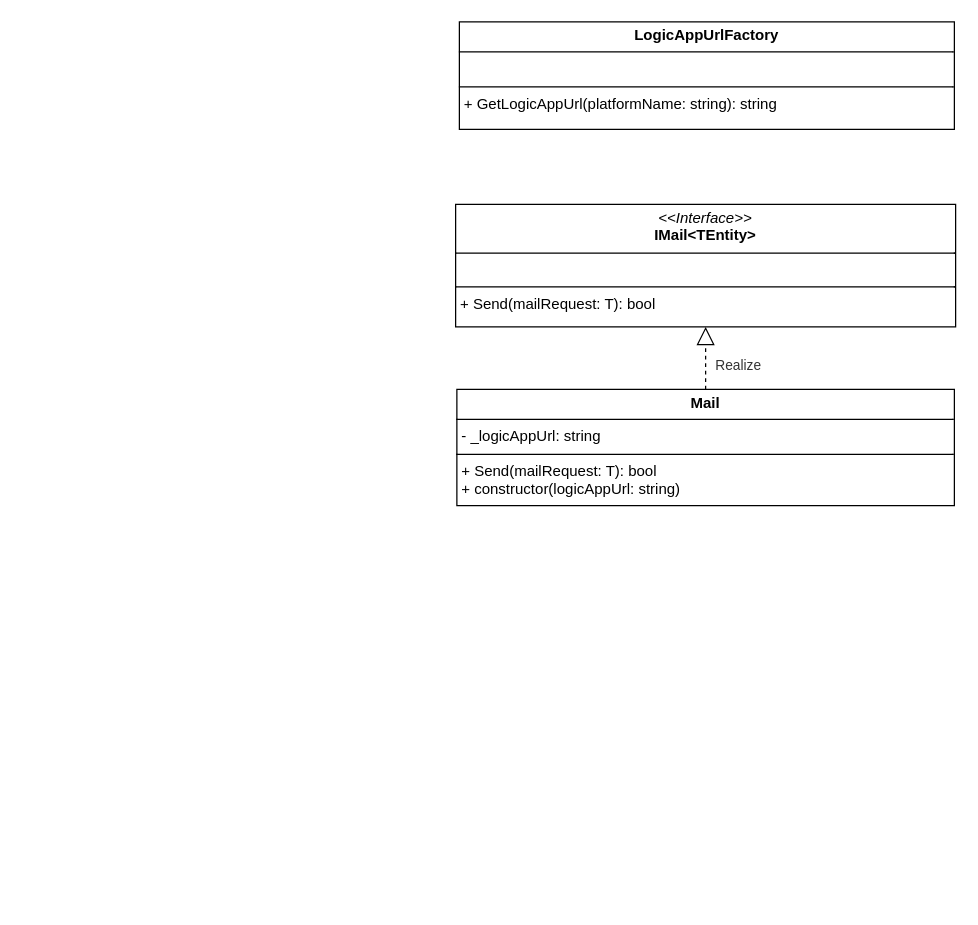
hy986/Repo_0110 keeps this draw.io diagram as page "Page-13" (13 of 14) of 2.drawio. Above is the earlier version. Source tidied: cells renumbered, new cells numbered last; positions are measured from the earlier drawing's top-left corner, leaving out a move shared by most shapes. Both pictures are drawn from the tidied source at 125%, with x=0, y=0 at pixel (455, 21).
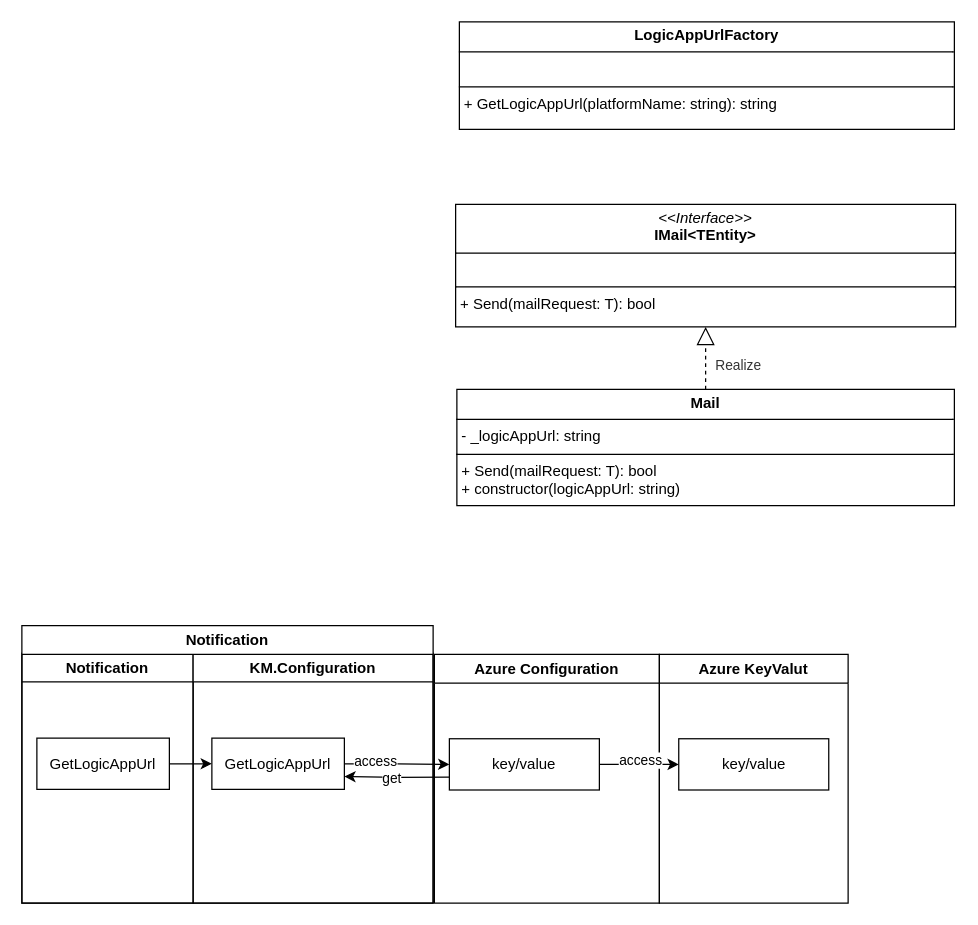
The same diagram, later.

The edit, as a diff of the source:
```diff
@@
+    <mxCell id="6" value="Notification" style="swimlane;whiteSpace=wrap;html=1;" parent="1" vertex="1">
+      <mxGeometry x="-347" y="505" width="137" height="200" as="geometry" />
+    </mxCell>
+    <mxCell id="7" value="Azure Configuration" style="swimlane;whiteSpace=wrap;html=1;" parent="1" vertex="1">
+      <mxGeometry x="-17" y="506" width="180" height="199" as="geometry" />
+    </mxCell>
+    <mxCell id="8" value="key/value" style="rounded=0;whiteSpace=wrap;html=1;" parent="7" vertex="1">
+      <mxGeometry x="12" y="67.5" width="120" height="41" as="geometry" />
+    </mxCell>
+    <mxCell id="9" value="Azure KeyValut" style="swimlane;whiteSpace=wrap;html=1;" parent="1" vertex="1">
+      <mxGeometry x="163" y="506" width="151" height="199" as="geometry" />
+    </mxCell>
+    <mxCell id="10" value="key/value" style="rounded=0;whiteSpace=wrap;html=1;" parent="9" vertex="1">
+      <mxGeometry x="15.5" y="67.5" width="120" height="41" as="geometry" />
+    </mxCell>
+    <mxCell id="11" value="KM.Configuration" style="swimlane;whiteSpace=wrap;html=1;" parent="1" vertex="1">
+      <mxGeometry x="-210" y="505" width="192" height="200" as="geometry" />
+    </mxCell>
+    <mxCell id="12" value="Notification" style="swimlane;whiteSpace=wrap;html=1;" parent="1" vertex="1">
+      <mxGeometry x="-347" y="483" width="329" height="222" as="geometry" />
+    </mxCell>
+    <mxCell id="13" style="edgeStyle=orthogonalEdgeStyle;rounded=0;jettySize=auto;html=1;exitX=1;exitY=0.5;exitDx=0;exitDy=0;" parent="12" edge="1" source="14" target="15">
+      <mxGeometry relative="1" as="geometry" />
+    </mxCell>
+    <mxCell id="14" value="GetLogicAppUrl" style="rounded=0;whiteSpace=wrap;html=1;" parent="12" vertex="1">
+      <mxGeometry x="12" y="90" width="106" height="41" as="geometry" />
+    </mxCell>
+    <mxCell id="15" value="GetLogicAppUrl" style="rounded=0;whiteSpace=wrap;html=1;" parent="12" vertex="1">
+      <mxGeometry x="152" y="90" width="106" height="41" as="geometry" />
+    </mxCell>
+    <mxCell id="16" style="edgeStyle=orthogonalEdgeStyle;rounded=0;jettySize=auto;html=1;exitX=1;exitY=0.5;exitDx=0;exitDy=0;entryX=0;entryY=0.5;entryDx=0;entryDy=0;" parent="1" edge="1" source="8" target="10">
+      <mxGeometry relative="1" as="geometry" />
+    </mxCell>
+    <mxCell id="17" value="access" style="edgeLabel;html=1;align=center;verticalAlign=middle;" parent="16" vertex="1">
+      <mxGeometry x="0.01" y="4" relative="1" as="geometry" />
+    </mxCell>
+    <mxCell id="18" style="edgeStyle=orthogonalEdgeStyle;rounded=0;jettySize=auto;html=1;exitX=1;exitY=0.5;exitDx=0;exitDy=0;entryX=0;entryY=0.5;entryDx=0;entryDy=0;" parent="1" edge="1" source="15" target="8">
+      <mxGeometry relative="1" as="geometry" />
+    </mxCell>
+    <mxCell id="19" value="access" style="edgeLabel;html=1;align=center;verticalAlign=middle;" parent="18" vertex="1">
+      <mxGeometry x="-0.44" y="3" relative="1" as="geometry">
+        <mxPoint y="1" as="offset" />
+      </mxGeometry>
+    </mxCell>
+    <mxCell id="20" style="edgeStyle=orthogonalEdgeStyle;rounded=0;jettySize=auto;html=1;exitX=0;exitY=0.75;exitDx=0;exitDy=0;entryX=1;entryY=0.75;entryDx=0;entryDy=0;" parent="1" edge="1" source="8" target="15">
+      <mxGeometry relative="1" as="geometry" />
+    </mxCell>
+    <mxCell id="21" value="get" style="edgeLabel;html=1;align=center;verticalAlign=middle;" parent="20" vertex="1">
+      <mxGeometry x="0.12" y="1" relative="1" as="geometry" />
+    </mxCell>
```
